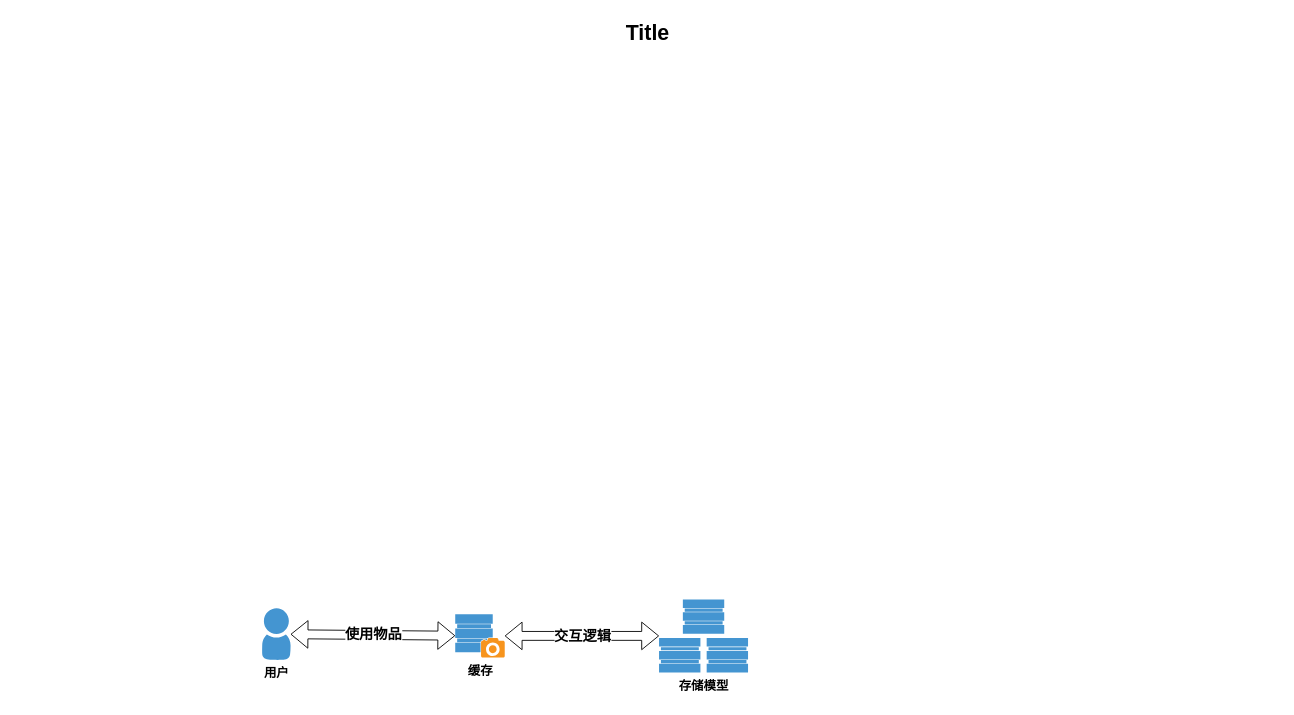
Before: 高效可扩展物品保存.drawio in sjxbg/xmindfile, a draw.io diagram. Source tidied: cells renumbered, new cells numbered last; positions are measured from the earlier drawing's top-left corner, leaving out a move shared by most shapes. Both pictures are drawn from the tidied source at 89%, with x=0, y=0 at pixel (15, 15).
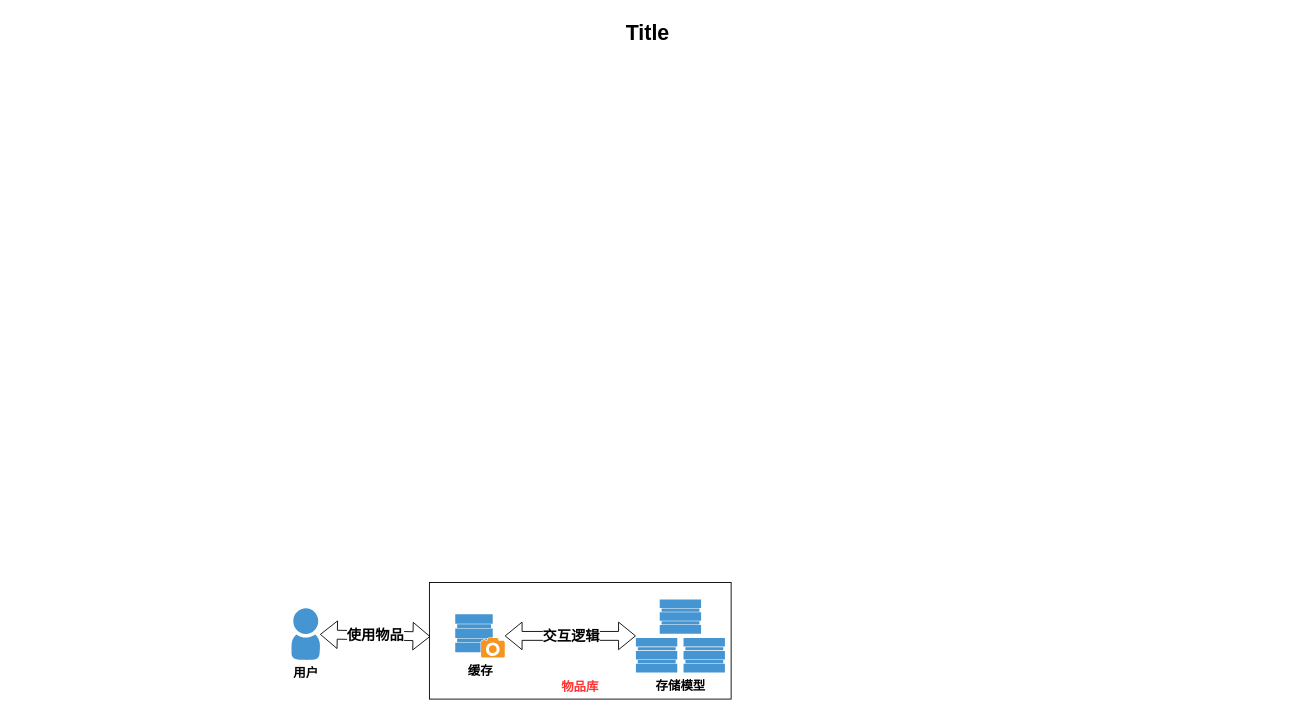
The same diagram, later.

Commit message:
更新高效可扩展物品保存.drawio

Diff of the diagram source:
```diff
@@
 <mxGraphModel>
   <root>
     <mxCell id="0" />
     <mxCell id="1" parent="0" />
     <mxCell id="2" value="Title" style="text;strokeColor=none;fillColor=none;html=1;fontSize=24;fontStyle=1;verticalAlign=middle;align=center;" parent="1" vertex="1">
       <mxGeometry width="1420" height="40" as="geometry" />
     </mxCell>
+    <mxCell id="9" value="&lt;b style=&quot;font-size: 14px;&quot;&gt;&lt;font style=&quot;font-size: 14px;&quot; color=&quot;#ff3333&quot;&gt;&lt;br&gt;&lt;br&gt;&lt;br&gt;&lt;br&gt;&lt;br&gt;&lt;br&gt;物品库&lt;/font&gt;&lt;/b&gt;" style="rounded=0;whiteSpace=wrap;html=1;labelBackgroundColor=default;" parent="1" vertex="1">
+      <mxGeometry x="465" y="637" width="339" height="131" as="geometry" />
+    </mxCell>
     <mxCell id="3" value="&lt;b&gt;&lt;font style=&quot;font-size: 14px;&quot;&gt;存储模型&lt;/font&gt;&lt;/b&gt;" style="shadow=0;dashed=0;html=1;strokeColor=none;fillColor=#4495D1;labelPosition=center;verticalLabelPosition=bottom;verticalAlign=top;align=center;outlineConnect=0;shape=mxgraph.veeam.storage_cluster;" parent="1" vertex="1">
-      <mxGeometry x="723" y="656" width="100" height="82" as="geometry" />
+      <mxGeometry x="697" y="656" width="100" height="82" as="geometry" />
     </mxCell>
     <mxCell id="4" value="&lt;b&gt;&lt;font style=&quot;font-size: 14px;&quot;&gt;用户&lt;/font&gt;&lt;/b&gt;" style="shadow=0;dashed=0;html=1;strokeColor=none;fillColor=#4495D1;labelPosition=center;verticalLabelPosition=bottom;verticalAlign=top;align=center;outlineConnect=0;shape=mxgraph.veeam.2d.user;" parent="1" vertex="1">
-      <mxGeometry x="277" y="666" width="32" height="58" as="geometry" />
+      <mxGeometry x="310" y="666" width="32" height="58" as="geometry" />
     </mxCell>
     <mxCell id="5" value="&lt;b&gt;&lt;font style=&quot;font-size: 16px;&quot;&gt;交互逻辑&lt;/font&gt;&lt;/b&gt;" style="shape=flexArrow;endArrow=classic;startArrow=classic;html=1;rounded=0;" parent="1" edge="1" source="8" target="3">
       <mxGeometry relative="1" as="geometry" />
     </mxCell>
-    <mxCell id="6" style="shape=flexArrow;endArrow=classic;startArrow=classic;html=1;rounded=0;" parent="1" edge="1" source="4" target="8">
+    <mxCell id="6" style="shape=flexArrow;endArrow=classic;startArrow=classic;html=1;rounded=0;entryX=0.003;entryY=0.463;entryDx=0;entryDy=0;entryPerimeter=0;" parent="1" edge="1" source="4" target="9">
       <mxGeometry relative="1" as="geometry" />
     </mxCell>
     <mxCell id="7" value="&lt;b&gt;&lt;font style=&quot;font-size: 16px;&quot;&gt;使用物品&lt;/font&gt;&lt;/b&gt;" style="edgeLabel;html=1;align=center;verticalAlign=middle;" parent="6" vertex="1">
       <mxGeometry x="-0.11" relative="1" as="geometry">
-        <mxPoint x="11" y="-1" as="offset" />
+        <mxPoint x="7" y="-1" as="offset" />
       </mxGeometry>
     </mxCell>
     <mxCell id="8" value="&lt;b&gt;&lt;font style=&quot;font-size: 14px;&quot;&gt;缓存&lt;/font&gt;&lt;/b&gt;" style="shadow=0;dashed=0;html=1;strokeColor=none;fillColor=#4495D1;labelPosition=center;verticalLabelPosition=bottom;verticalAlign=top;align=center;outlineConnect=0;shape=mxgraph.veeam.snapshot;" parent="1" vertex="1">
       <mxGeometry x="494" y="672.6" width="55.6" height="48.8" as="geometry" />
     </mxCell>
   </root>
 </mxGraphModel>
```
